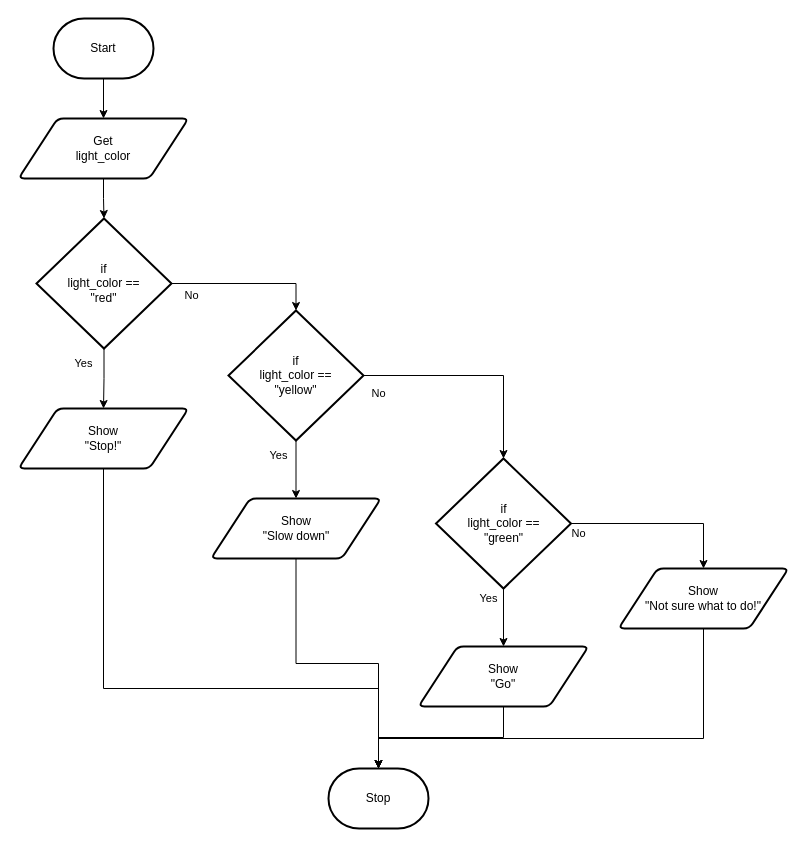
Earlier version of the draw.io diagram docs/structured-problem-solving/images/flowchart-if-then-elseif-else.drawio (Mr-Coxall/Computer-Based-Problem-Solving). Source tidied: cells renumbered, new cells numbered last; positions are measured from the earlier drawing's top-left corner, leaving out a move shared by most shapes. Both pictures are drawn from the tidied source at 100%, with x=0, y=0 at pixel (18, 18).
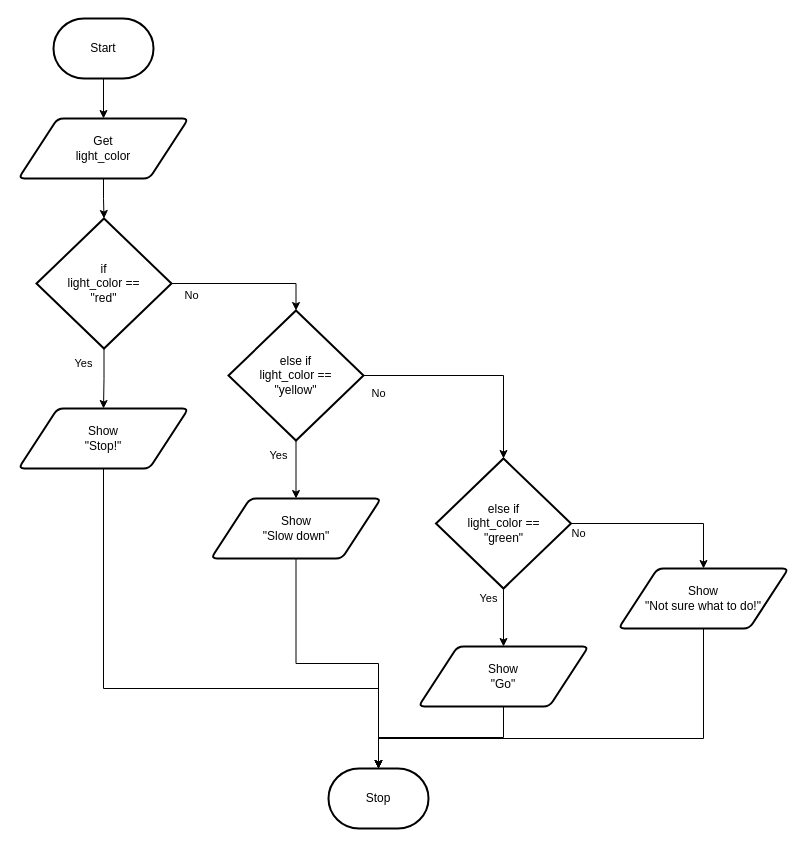
After the change.

Change to the diagram source:
```diff
@@
-    <mxCell id="17" value="if&lt;br&gt;light_color ==&lt;br&gt;&quot;yellow&quot;" style="strokeWidth=2;html=1;shape=mxgraph.flowchart.decision;whiteSpace=wrap;" parent="1" vertex="1">
+    <mxCell id="17" value="else if&lt;br&gt;light_color ==&lt;br&gt;&quot;yellow&quot;" style="strokeWidth=2;html=1;shape=mxgraph.flowchart.decision;whiteSpace=wrap;" parent="1" vertex="1">
       <mxGeometry x="210" y="292" width="135" height="130" as="geometry" />
     </mxCell>
@@
-    <mxCell id="22" value="if&lt;br&gt;light_color ==&lt;br&gt;&quot;green&quot;" style="strokeWidth=2;html=1;shape=mxgraph.flowchart.decision;whiteSpace=wrap;" parent="1" vertex="1">
+    <mxCell id="22" value="else if&lt;br&gt;light_color ==&lt;br&gt;&quot;green&quot;" style="strokeWidth=2;html=1;shape=mxgraph.flowchart.decision;whiteSpace=wrap;" parent="1" vertex="1">
       <mxGeometry x="417.5" y="440" width="135" height="130" as="geometry" />
     </mxCell>
```
